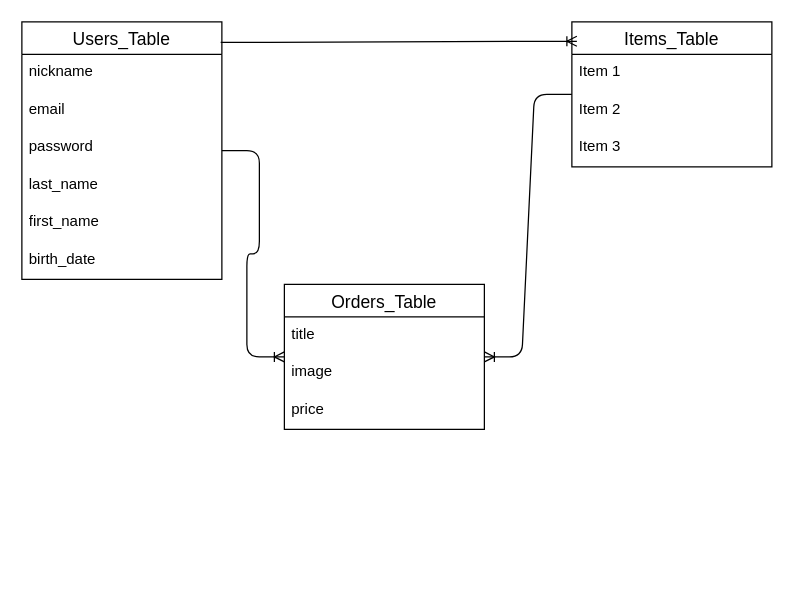
Nanami-yk185/furima-41773 keeps this draw.io diagram as furima-41773.dio. Above is the earlier version. Source tidied: cells renumbered, new cells numbered last; positions are measured from the earlier drawing's top-left corner, leaving out a move shared by most shapes. Both pictures are drawn from the tidied source at 125%, with x=0, y=0 at pixel (21, 21).
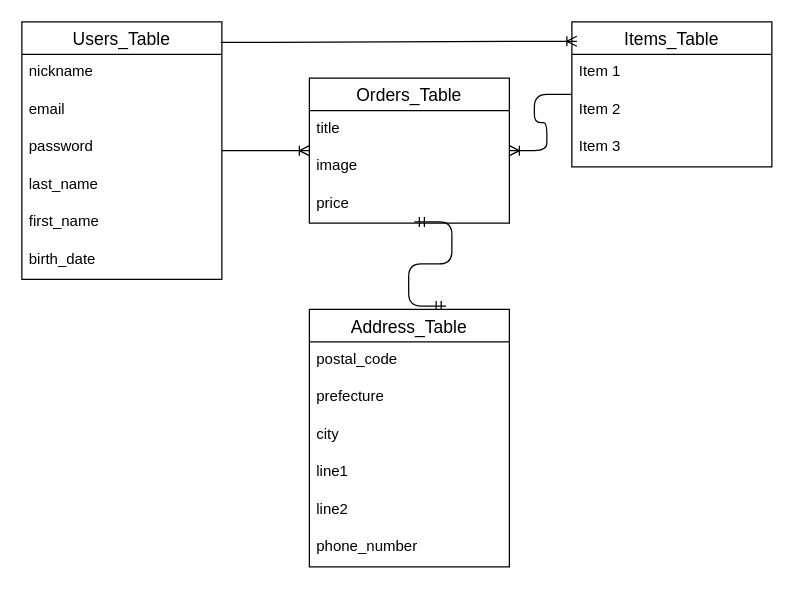
The same page after the edit.

What changed in the source:
```diff
@@
     <mxCell id="13" value="Orders_Table" style="swimlane;fontStyle=0;horizontal=1;startSize=26;align=center;fontSize=14;" parent="1" vertex="1">
-      <mxGeometry x="210" y="210" width="160" height="116" as="geometry" />
+      <mxGeometry x="230" y="45" width="160" height="116" as="geometry" />
     </mxCell>
@@
+    <mxCell id="20" style="edgeStyle=entityRelationEdgeStyle;fontSize=12;html=1;endArrow=ERmandOne;startArrow=ERmandOne;entryX=0.684;entryY=-0.013;entryDx=0;entryDy=0;entryPerimeter=0;" parent="13" edge="1" target="21">
+      <mxGeometry relative="1" as="geometry">
+        <mxPoint x="84" y="115" as="sourcePoint" />
+        <Array as="points">
+          <mxPoint x="144" y="155" />
+          <mxPoint x="144" y="135" />
+        </Array>
+      </mxGeometry>
+    </mxCell>
@@
+    <mxCell id="21" value="Address_Table" style="swimlane;fontStyle=0;horizontal=1;startSize=26;align=center;fontSize=14;" parent="1" vertex="1">
+      <mxGeometry x="230" y="230" width="160" height="206" as="geometry" />
+    </mxCell>
+    <mxCell id="22" value="postal_code" style="text;strokeColor=none;fillColor=none;spacingLeft=4;spacingRight=4;overflow=hidden;fontSize=12;whiteSpace=wrap;html=1;" parent="21" vertex="1">
+      <mxGeometry y="26" width="160" height="30" as="geometry" />
+    </mxCell>
+    <mxCell id="23" value="prefecture" style="text;strokeColor=none;fillColor=none;spacingLeft=4;spacingRight=4;overflow=hidden;fontSize=12;whiteSpace=wrap;html=1;" parent="21" vertex="1">
+      <mxGeometry y="56" width="160" height="30" as="geometry" />
+    </mxCell>
+    <mxCell id="24" value="city" style="text;strokeColor=none;fillColor=none;spacingLeft=4;spacingRight=4;overflow=hidden;fontSize=12;whiteSpace=wrap;html=1;" parent="21" vertex="1">
+      <mxGeometry y="86" width="160" height="30" as="geometry" />
+    </mxCell>
+    <mxCell id="25" value="line1" style="text;strokeColor=none;fillColor=none;spacingLeft=4;spacingRight=4;overflow=hidden;fontSize=12;whiteSpace=wrap;html=1;" parent="21" vertex="1">
+      <mxGeometry y="116" width="160" height="30" as="geometry" />
+    </mxCell>
+    <mxCell id="26" value="line2" style="text;strokeColor=none;fillColor=none;spacingLeft=4;spacingRight=4;overflow=hidden;fontSize=12;whiteSpace=wrap;html=1;" parent="21" vertex="1">
+      <mxGeometry y="146" width="160" height="30" as="geometry" />
+    </mxCell>
+    <mxCell id="27" value="phone_number" style="text;strokeColor=none;fillColor=none;spacingLeft=4;spacingRight=4;overflow=hidden;fontSize=12;whiteSpace=wrap;html=1;" parent="21" vertex="1">
+      <mxGeometry y="176" width="160" height="30" as="geometry" />
+    </mxCell>
```
